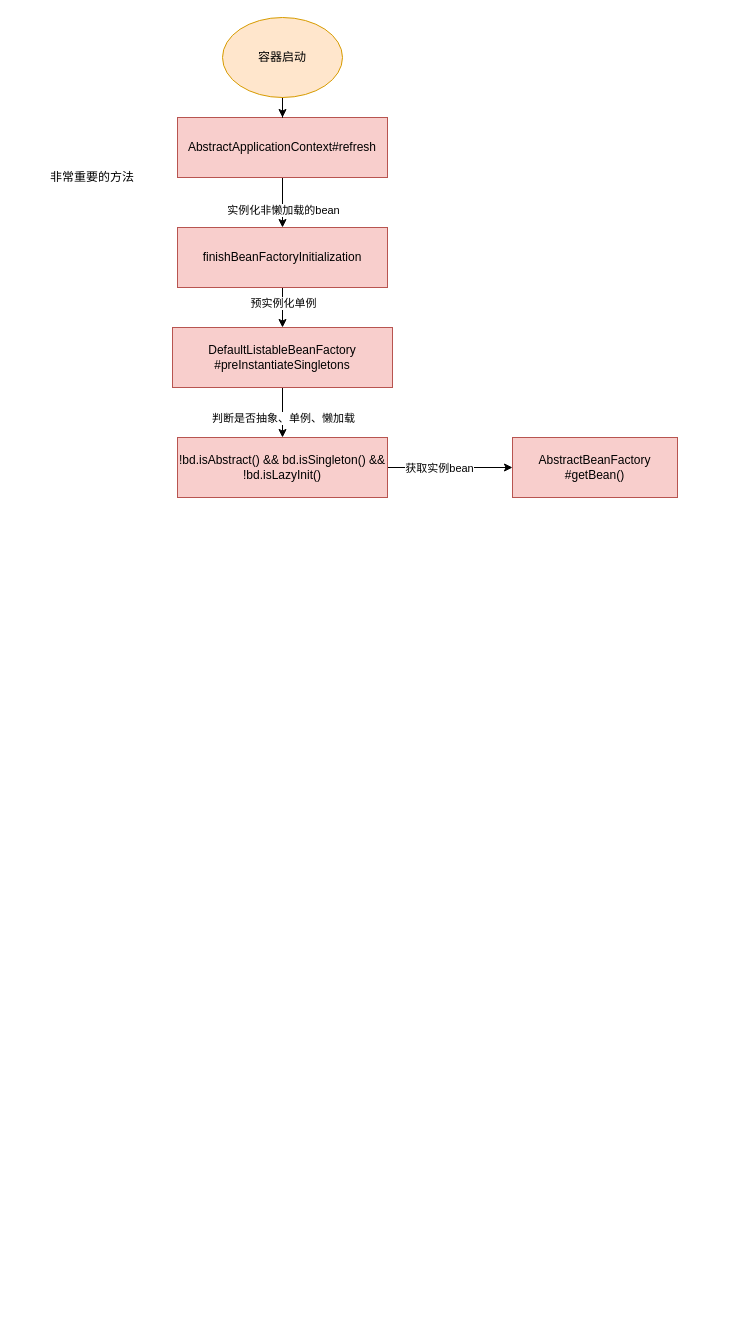
Before: SpringBean生命周期.drawio in linbingxing/mind, a draw.io diagram. Source tidied: cells renumbered, new cells numbered last; positions are measured from the earlier drawing's top-left corner, leaving out a move shared by most shapes. Both pictures are drawn from the tidied source at 100%, with x=0, y=0 at pixel (17, 17).
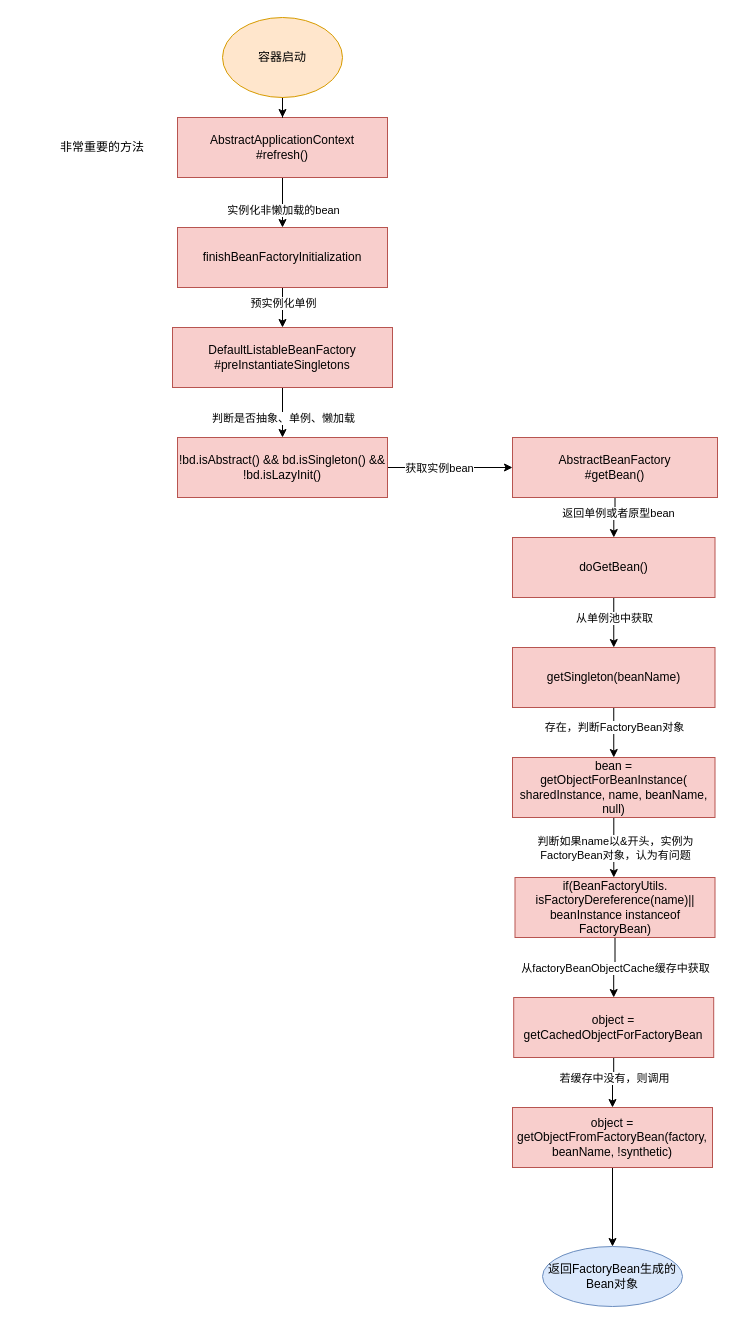
Above is the later version.

Commit message (it also covers changes not shown here):
更新SpringBean生命周期.drawio

What changed in the source:
```diff
@@
-    <mxCell id="4" value="AbstractApplicationContext#refresh" style="rounded=0;whiteSpace=wrap;html=1;fillColor=#f8cecc;strokeColor=#b85450;" parent="1" vertex="1">
+    <mxCell id="4" value="AbstractApplicationContext&lt;br&gt;#refresh()" style="rounded=0;whiteSpace=wrap;html=1;fillColor=#f8cecc;strokeColor=#b85450;" parent="1" vertex="1">
       <mxGeometry x="160" y="100" width="210" height="60" as="geometry" />
     </mxCell>
@@
     <mxCell id="7" value="非常重要的方法" style="text;html=1;strokeColor=none;fillColor=none;align=center;verticalAlign=middle;whiteSpace=wrap;rounded=0;" parent="1" vertex="1">
-      <mxGeometry y="145" width="150" height="30" as="geometry" />
+      <mxGeometry x="10" y="115" width="150" height="30" as="geometry" />
     </mxCell>
@@
+    <mxCell id="18" style="edgeStyle=orthogonalEdgeStyle;rounded=0;jettySize=auto;html=1;" parent="1" edge="1" source="17" target="22">
+      <mxGeometry relative="1" as="geometry" />
+    </mxCell>
+    <mxCell id="19" value="返回单例或者原型bean" style="edgeLabel;html=1;align=center;verticalAlign=middle;" parent="18" vertex="1">
+      <mxGeometry x="-0.26" y="3" relative="1" as="geometry" />
+    </mxCell>
     <mxCell id="17" value="AbstractBeanFactory&lt;br&gt;#getBean()" style="whiteSpace=wrap;html=1;fillColor=#f8cecc;strokeColor=#b85450;rounded=0;" parent="1" vertex="1">
-      <mxGeometry x="495" y="420" width="165" height="60" as="geometry" />
+      <mxGeometry x="495" y="420" width="205" height="60" as="geometry" />
     </mxCell>
+    <mxCell id="20" style="edgeStyle=orthogonalEdgeStyle;rounded=0;jettySize=auto;html=1;" parent="1" edge="1" source="22" target="25">
+      <mxGeometry relative="1" as="geometry" />
+    </mxCell>
+    <mxCell id="21" value="从单例池中获取" style="edgeLabel;html=1;align=center;verticalAlign=middle;" parent="20" vertex="1">
+      <mxGeometry x="-0.28" y="1" relative="1" as="geometry">
+        <mxPoint x="-1" y="2" as="offset" />
+      </mxGeometry>
+    </mxCell>
+    <mxCell id="22" value="doGetBean()" style="whiteSpace=wrap;html=1;fillColor=#f8cecc;strokeColor=#b85450;rounded=0;" parent="1" vertex="1">
+      <mxGeometry x="495" y="520" width="202.5" height="60" as="geometry" />
+    </mxCell>
+    <mxCell id="23" style="edgeStyle=orthogonalEdgeStyle;rounded=0;jettySize=auto;html=1;" parent="1" edge="1" source="25" target="28">
+      <mxGeometry relative="1" as="geometry" />
+    </mxCell>
+    <mxCell id="24" value="存在，判断FactoryBean对象" style="edgeLabel;html=1;align=center;verticalAlign=middle;" parent="23" vertex="1">
+      <mxGeometry x="-0.24" y="-1" relative="1" as="geometry">
+        <mxPoint x="1" as="offset" />
+      </mxGeometry>
+    </mxCell>
+    <mxCell id="25" value="getSingleton(beanName)" style="whiteSpace=wrap;html=1;fillColor=#f8cecc;strokeColor=#b85450;rounded=0;" parent="1" vertex="1">
+      <mxGeometry x="495" y="630" width="202.5" height="60" as="geometry" />
+    </mxCell>
+    <mxCell id="26" style="edgeStyle=orthogonalEdgeStyle;rounded=0;jettySize=auto;html=1;" parent="1" edge="1" source="28" target="31">
+      <mxGeometry relative="1" as="geometry">
+        <Array as="points">
+          <mxPoint x="596" y="840" />
+          <mxPoint x="596" y="840" />
+        </Array>
+      </mxGeometry>
+    </mxCell>
+    <mxCell id="27" value="判断如果name以&amp;amp;开头，实例为&lt;br&gt;FactoryBean对象，认为有问题" style="edgeLabel;html=1;align=center;verticalAlign=middle;" parent="26" vertex="1">
+      <mxGeometry x="-0.66" relative="1" as="geometry">
+        <mxPoint x="1" y="20" as="offset" />
+      </mxGeometry>
+    </mxCell>
+    <mxCell id="28" value="bean = &lt;br&gt;getObjectForBeanInstance(&lt;br&gt;sharedInstance, name, beanName, null)" style="whiteSpace=wrap;html=1;fillColor=#f8cecc;strokeColor=#b85450;rounded=0;" parent="1" vertex="1">
+      <mxGeometry x="495" y="740" width="202.5" height="60" as="geometry" />
+    </mxCell>
+    <mxCell id="29" style="edgeStyle=orthogonalEdgeStyle;rounded=0;jettySize=auto;html=1;" parent="1" edge="1" source="31" target="34">
+      <mxGeometry relative="1" as="geometry" />
+    </mxCell>
+    <mxCell id="30" value="从factoryBeanObjectCache缓存中获取" style="edgeLabel;html=1;align=center;verticalAlign=middle;" parent="29" vertex="1">
+      <mxGeometry x="-0.32" y="1" relative="1" as="geometry">
+        <mxPoint x="-1" y="9" as="offset" />
+      </mxGeometry>
+    </mxCell>
+    <mxCell id="31" value="if(BeanFactoryUtils.&lt;br&gt;isFactoryDereference(name)||&lt;br&gt;beanInstance instanceof FactoryBean)" style="whiteSpace=wrap;html=1;fillColor=#f8cecc;strokeColor=#b85450;rounded=0;" parent="1" vertex="1">
+      <mxGeometry x="497.5" y="860" width="200" height="60" as="geometry" />
+    </mxCell>
+    <mxCell id="32" style="edgeStyle=orthogonalEdgeStyle;rounded=0;jettySize=auto;html=1;" parent="1" edge="1" source="34" target="36">
+      <mxGeometry relative="1" as="geometry" />
+    </mxCell>
+    <mxCell id="33" value="若缓存中没有，则调用" style="edgeLabel;html=1;align=center;verticalAlign=middle;" parent="32" vertex="1">
+      <mxGeometry x="-0.21" relative="1" as="geometry" />
+    </mxCell>
+    <mxCell id="34" value="object =&lt;br&gt;getCachedObjectForFactoryBean" style="whiteSpace=wrap;html=1;fillColor=#f8cecc;strokeColor=#b85450;rounded=0;" parent="1" vertex="1">
+      <mxGeometry x="496.2" y="980" width="200" height="60" as="geometry" />
+    </mxCell>
+    <mxCell id="35" style="edgeStyle=orthogonalEdgeStyle;rounded=0;jettySize=auto;html=1;" parent="1" edge="1" source="36" target="37">
+      <mxGeometry relative="1" as="geometry" />
+    </mxCell>
+    <mxCell id="36" value="object = getObjectFromFactoryBean(factory, beanName, !synthetic)" style="whiteSpace=wrap;html=1;fillColor=#f8cecc;strokeColor=#b85450;rounded=0;" parent="1" vertex="1">
+      <mxGeometry x="495" y="1090" width="200" height="60" as="geometry" />
+    </mxCell>
+    <mxCell id="37" value="返回FactoryBean生成的Bean对象" style="ellipse;whiteSpace=wrap;html=1;fillColor=#dae8fc;strokeColor=#6c8ebf;rounded=0;" parent="1" vertex="1">
+      <mxGeometry x="525" y="1229" width="140" height="60" as="geometry" />
+    </mxCell>
```
